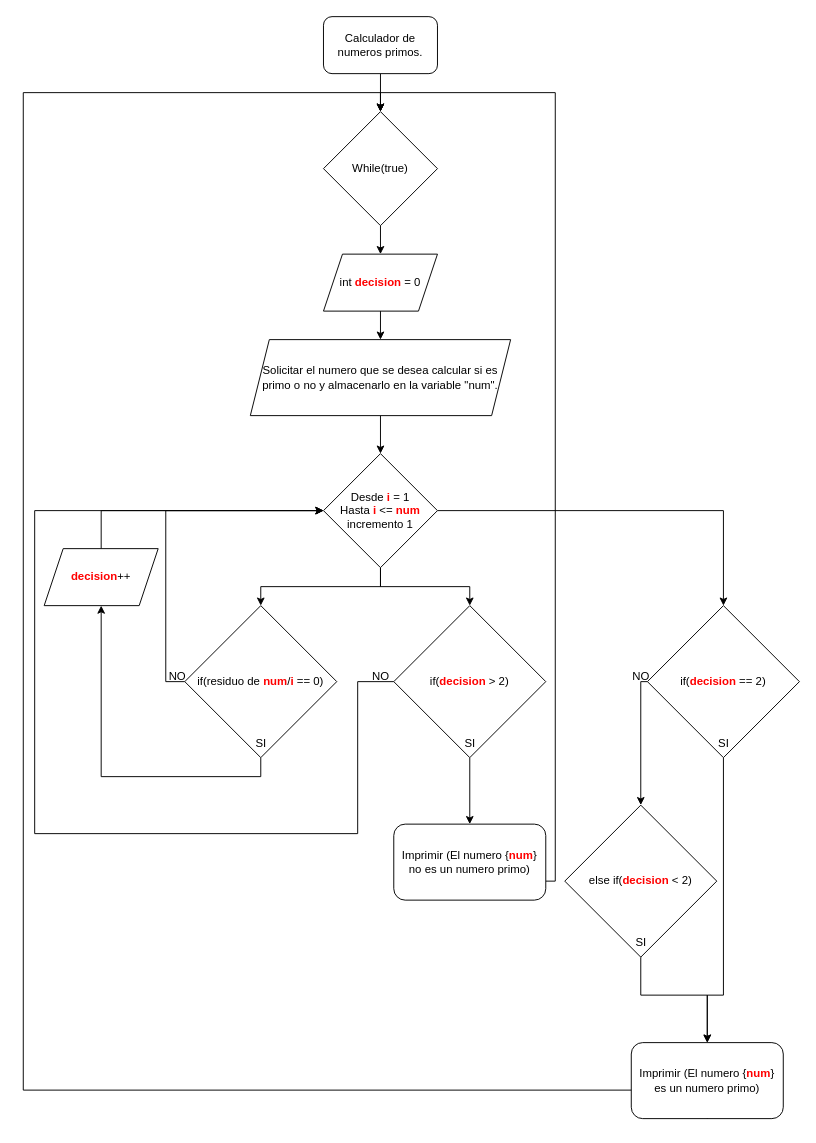
Earlier version of the draw.io diagram semana 8 diagrama.drawio (santiagoesdras/carrera-C-). Source tidied: cells renumbered, new cells numbered last; positions are measured from the earlier drawing's top-left corner, leaving out a move shared by most shapes. Both pictures are drawn from the tidied source at 95%, with x=0, y=0 at pixel (23, 16).
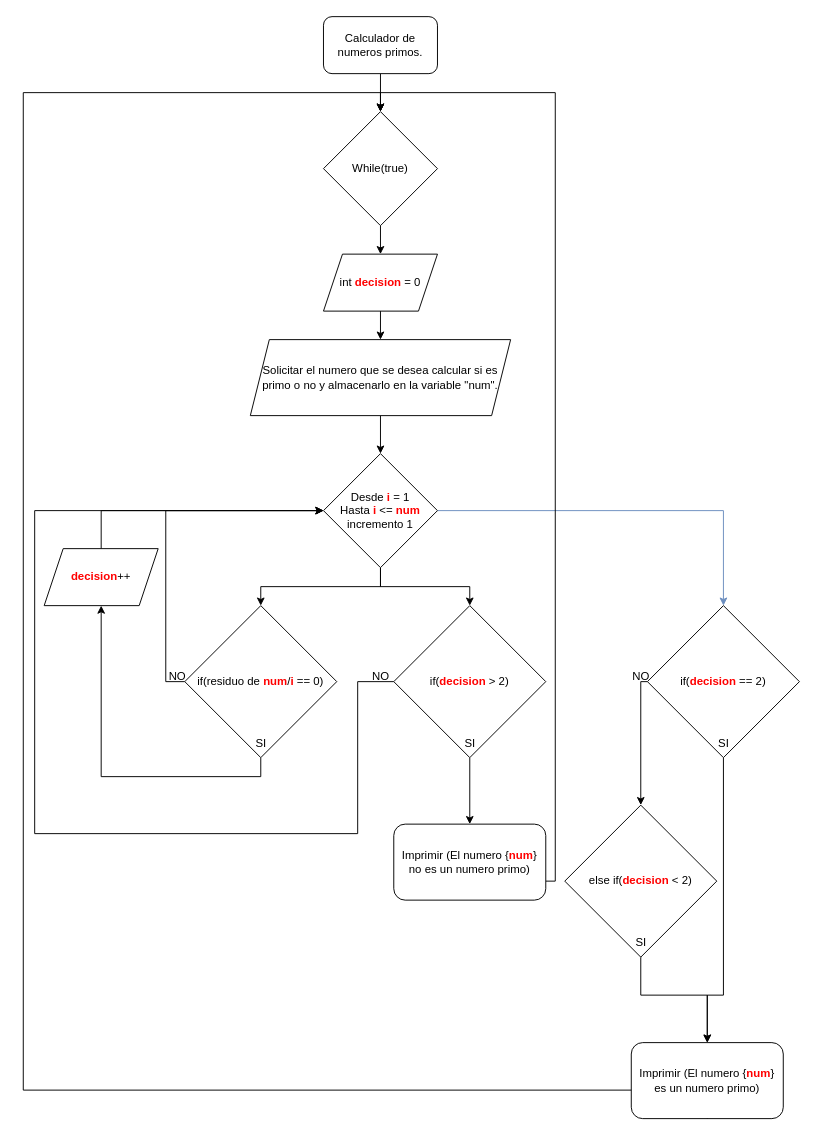
After the change.

Unchanged cells that the change refers to:
```xml
<mxCell id="11" value="Desde &lt;b&gt;&lt;font color=&quot;#ff0000&quot;&gt;i&lt;/font&gt;&lt;/b&gt; = 1&lt;div&gt;Hasta &lt;font color=&quot;#ff0000&quot;&gt;&lt;b&gt;i&lt;/b&gt; &lt;/font&gt;&amp;lt;=&amp;nbsp;&lt;b&gt;&lt;font color=&quot;#ff0000&quot;&gt;num&lt;/font&gt;&lt;/b&gt;&lt;/div&gt;&lt;div&gt;incremento 1&lt;/div&gt;" style="rhombus;whiteSpace=wrap;html=1;" parent="1" vertex="1">
  <mxGeometry x="316" y="460" width="120" height="120" as="geometry" />
</mxCell>
<mxCell id="24" value="&lt;div&gt;if(&lt;font color=&quot;#ff0000&quot;&gt;&lt;b&gt;decision&lt;/b&gt;&lt;/font&gt;&amp;nbsp;== 2)&lt;/div&gt;" style="rhombus;whiteSpace=wrap;html=1;" parent="1" vertex="1">
  <mxGeometry x="657" y="620" width="160" height="160" as="geometry" />
</mxCell>
```

The edit, as a diff of the source:
```diff
@@
-    <mxCell id="10" style="edgeStyle=orthogonalEdgeStyle;rounded=0;jettySize=auto;html=1;exitX=1;exitY=0.5;exitDx=0;exitDy=0;entryX=0.5;entryY=0;entryDx=0;entryDy=0;" parent="1" edge="1" source="11" target="24">
+    <mxCell id="10" style="edgeStyle=orthogonalEdgeStyle;rounded=0;jettySize=auto;html=1;exitX=1;exitY=0.5;exitDx=0;exitDy=0;entryX=0.5;entryY=0;entryDx=0;entryDy=0;fillColor=#dae8fc;strokeColor=#6c8ebf;" parent="1" edge="1" source="11" target="24">
       <mxGeometry relative="1" as="geometry" />
     </mxCell>
```
